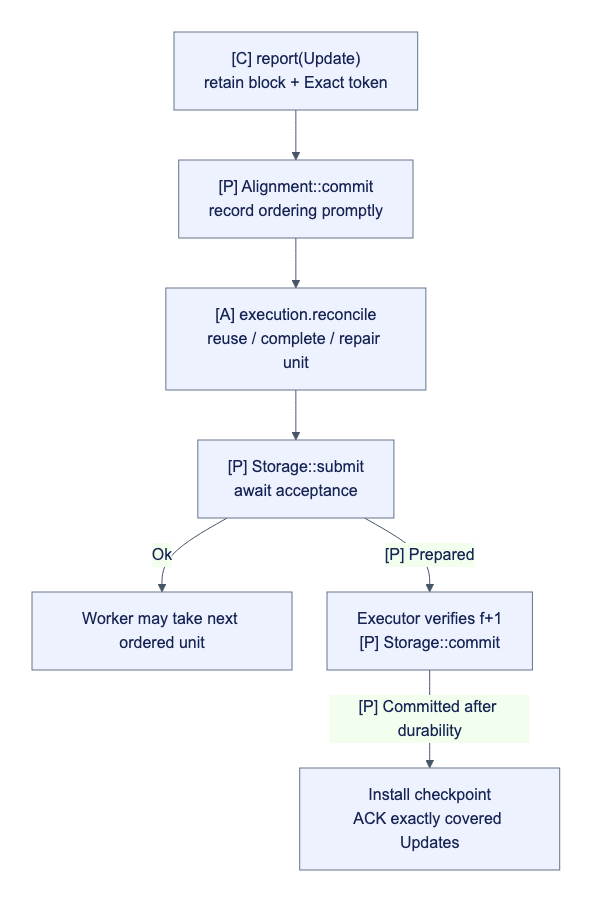
The Mermaid diagram docs/assets/diagrams/diagram-39.png in djm07073/baton, before a commit. Its source is kept beside it as docs/assets/diagrams/diagram-39.mmd. Source of this version:
```mermaid
flowchart TB
    U["[C] report(Update)<br/>retain block + Exact token"] --> O["[P] Alignment::commit<br/>record ordering promptly"]
    O --> E["[A] execution.reconcile<br/>reuse / complete / repair unit"]
    E --> S["[P] Storage::submit<br/>await acceptance"]
    S -->|"Ok"| N["Worker may take next ordered unit"]
    S -->|"[P] Prepared"| C["Executor verifies f+1<br/>[P] Storage::commit"]
    C -->|"[P] Committed after durability"| A["Install checkpoint<br/>ACK exactly covered Updates"]
```
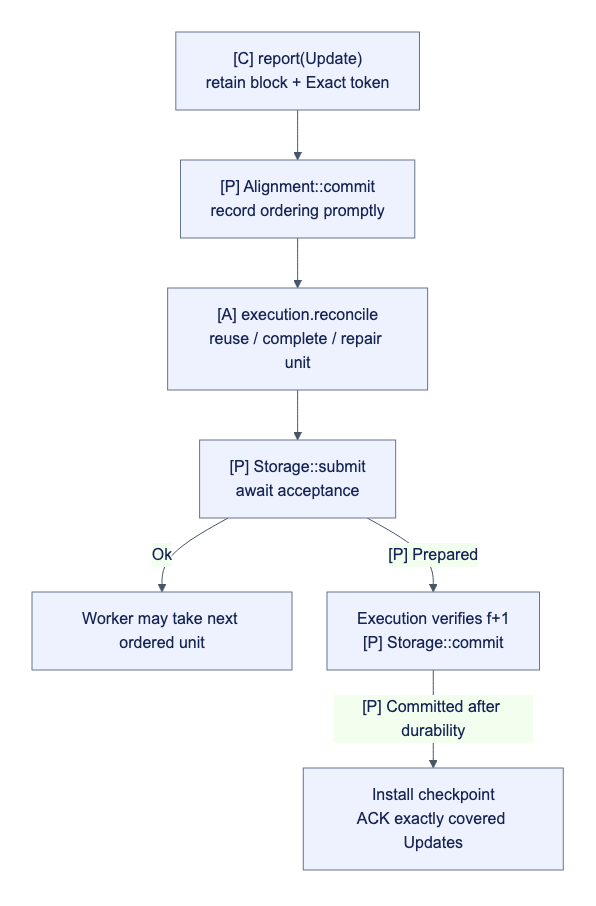
Above is the later version.

What changed in the source:
```diff
@@ -3,5 +3,5 @@
     O --> E["[A] execution.reconcile<br/>reuse / complete / repair unit"]
     E --> S["[P] Storage::submit<br/>await acceptance"]
     S -->|"Ok"| N["Worker may take next ordered unit"]
-    S -->|"[P] Prepared"| C["Executor verifies f+1<br/>[P] Storage::commit"]
+    S -->|"[P] Prepared"| C["Execution verifies f+1<br/>[P] Storage::commit"]
     C -->|"[P] Committed after durability"| A["Install checkpoint<br/>ACK exactly covered Updates"]
```
